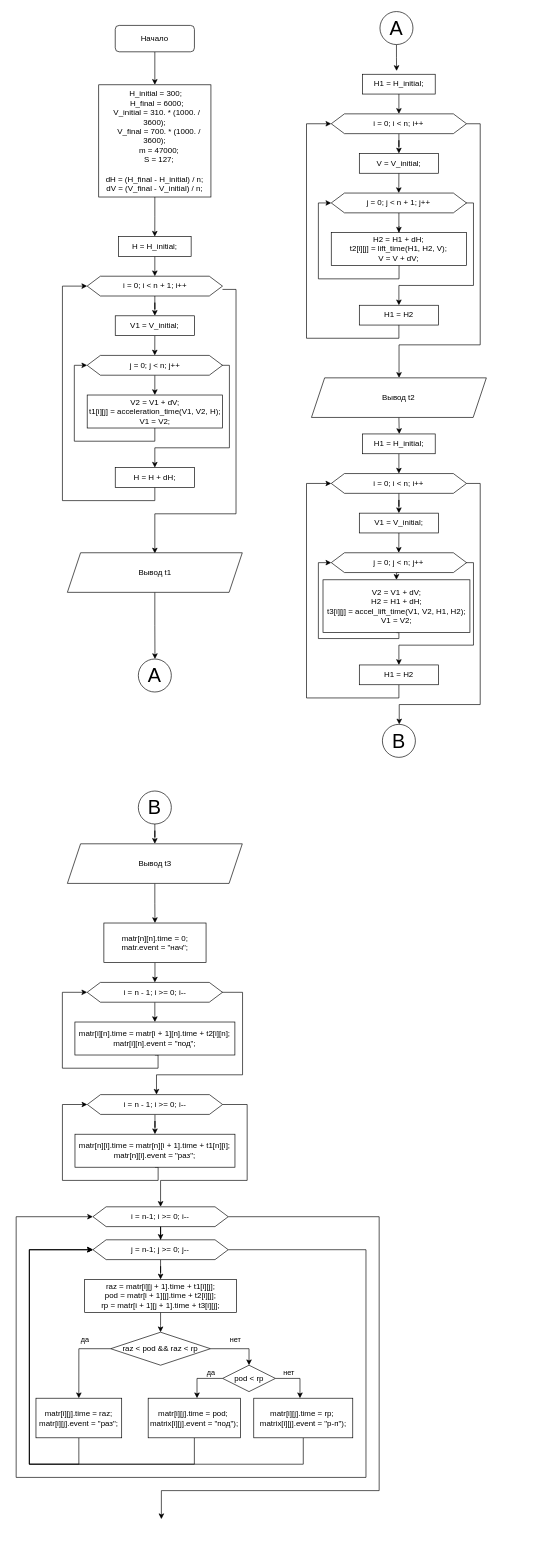
Above: Диаграмма без названия.drawio in nerses-a/Least_squares (draw.io), before the change. Source tidied: cells renumbered, new cells numbered last; positions are measured from the earlier drawing's top-left corner, leaving out a move shared by most shapes. Both pictures are drawn from the tidied source at 66%, with x=0, y=0 at pixel (16, 11).
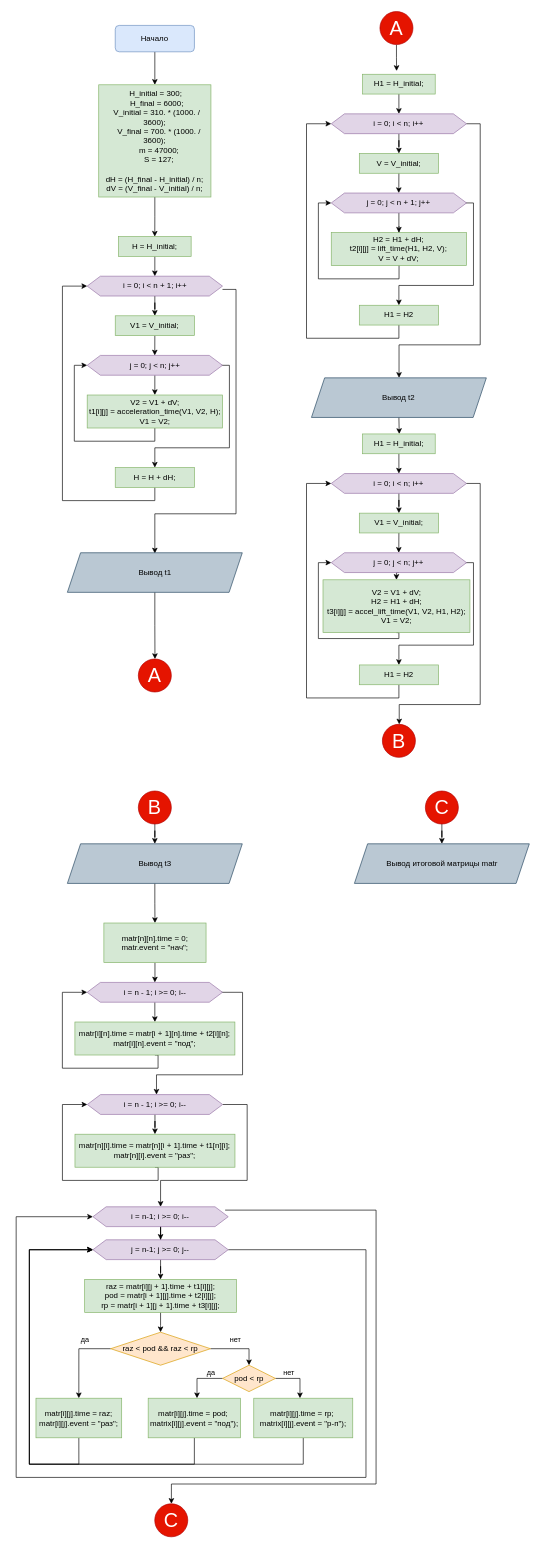
Above is the later version.

The edit, as a diff of the source:
```diff
@@
-    <mxCell id="3" value="Начало" style="rounded=1;whiteSpace=wrap;html=1;fontSize=12;glass=0;strokeWidth=1;shadow=0;" parent="1" vertex="1">
+    <mxCell id="3" value="Начало" style="rounded=1;whiteSpace=wrap;html=1;fontSize=12;glass=0;strokeWidth=1;shadow=0;fillColor=#dae8fc;strokeColor=#6c8ebf;" parent="1" vertex="1">
       <mxGeometry x="150.1" y="21" width="120" height="40" as="geometry" />
     </mxCell>
@@
-    <mxCell id="5" value="&lt;div&gt;&amp;nbsp;H_initial = 300;&lt;/div&gt;&lt;div&gt;&amp;nbsp; H_final = 6000;&lt;/div&gt;&lt;div&gt;&amp;nbsp; V_initial = 310. * (1000. / 3600);&lt;/div&gt;&lt;div&gt;&amp;nbsp; &amp;nbsp; V_final = 700. * (1000. / 3600);&lt;/div&gt;&lt;div&gt;&amp;nbsp; &amp;nbsp; m = 47000;&lt;/div&gt;&lt;div&gt;&amp;nbsp; &amp;nbsp; S = 127;&lt;/div&gt;&lt;div&gt;&lt;br&gt;&lt;/div&gt;&lt;div&gt;&lt;span style=&quot;background-color: initial;&quot;&gt;dH = (H_final - H_initial) / n;&lt;/span&gt;&lt;/div&gt;&lt;div&gt;&lt;span style=&quot;background-color: initial;&quot;&gt;dV = (V_final - V_initial) / n;&lt;/span&gt;&lt;/div&gt;" style="whiteSpace=wrap;html=1;" parent="1" vertex="1">
+    <mxCell id="5" value="&lt;div&gt;&amp;nbsp;H_initial = 300;&lt;/div&gt;&lt;div&gt;&amp;nbsp; H_final = 6000;&lt;/div&gt;&lt;div&gt;&amp;nbsp; V_initial = 310. * (1000. / 3600);&lt;/div&gt;&lt;div&gt;&amp;nbsp; &amp;nbsp; V_final = 700. * (1000. / 3600);&lt;/div&gt;&lt;div&gt;&amp;nbsp; &amp;nbsp; m = 47000;&lt;/div&gt;&lt;div&gt;&amp;nbsp; &amp;nbsp; S = 127;&lt;/div&gt;&lt;div&gt;&lt;br&gt;&lt;/div&gt;&lt;div&gt;&lt;span style=&quot;background-color: initial;&quot;&gt;dH = (H_final - H_initial) / n;&lt;/span&gt;&lt;/div&gt;&lt;div&gt;&lt;span style=&quot;background-color: initial;&quot;&gt;dV = (V_final - V_initial) / n;&lt;/span&gt;&lt;/div&gt;" style="whiteSpace=wrap;html=1;fillColor=#d5e8d4;strokeColor=#82b366;" parent="1" vertex="1">
       <mxGeometry x="125.1" y="111" width="170" height="170" as="geometry" />
     </mxCell>
@@
-    <mxCell id="7" value="H = H_initial;" style="rounded=0;whiteSpace=wrap;html=1;" parent="1" vertex="1">
+    <mxCell id="7" value="H = H_initial;" style="rounded=0;whiteSpace=wrap;html=1;fillColor=#d5e8d4;strokeColor=#82b366;" parent="1" vertex="1">
       <mxGeometry x="155.1" y="341" width="110" height="30" as="geometry" />
     </mxCell>
@@
-    <mxCell id="10" value="i = 0; i &amp;lt; n + 1; i++" style="shape=hexagon;perimeter=hexagonPerimeter2;whiteSpace=wrap;html=1;fixedSize=1;" parent="1" vertex="1">
+    <mxCell id="10" value="i = 0; i &amp;lt; n + 1; i++" style="shape=hexagon;perimeter=hexagonPerimeter2;whiteSpace=wrap;html=1;fixedSize=1;fillColor=#e1d5e7;strokeColor=#9673a6;" parent="1" vertex="1">
       <mxGeometry x="107.6" y="401" width="205" height="30" as="geometry" />
     </mxCell>
@@
-    <mxCell id="12" value="V1 = V_initial;" style="rounded=0;whiteSpace=wrap;html=1;" parent="1" vertex="1">
+    <mxCell id="12" value="V1 = V_initial;" style="rounded=0;whiteSpace=wrap;html=1;fillColor=#d5e8d4;strokeColor=#82b366;" parent="1" vertex="1">
       <mxGeometry x="150.1" y="461" width="120" height="30" as="geometry" />
     </mxCell>
@@
-    <mxCell id="15" value="j = 0; j &amp;lt; n; j++" style="shape=hexagon;perimeter=hexagonPerimeter2;whiteSpace=wrap;html=1;fixedSize=1;" parent="1" vertex="1">
+    <mxCell id="15" value="j = 0; j &amp;lt; n; j++" style="shape=hexagon;perimeter=hexagonPerimeter2;whiteSpace=wrap;html=1;fixedSize=1;fillColor=#e1d5e7;strokeColor=#9673a6;" parent="1" vertex="1">
       <mxGeometry x="107.6" y="521" width="205" height="30" as="geometry" />
     </mxCell>
@@
-    <mxCell id="17" value="&lt;div&gt;V2 = V1 + dV;&lt;/div&gt;&lt;div&gt;&lt;span style=&quot;background-color: initial;&quot;&gt;t1[i][j] = acceleration_time(V1, V2, H);&lt;/span&gt;&lt;/div&gt;&lt;div&gt;&lt;span style=&quot;background-color: initial;&quot;&gt;V1 = V2;&lt;/span&gt;&lt;/div&gt;" style="rounded=0;whiteSpace=wrap;html=1;" parent="1" vertex="1">
+    <mxCell id="17" value="&lt;div&gt;V2 = V1 + dV;&lt;/div&gt;&lt;div&gt;&lt;span style=&quot;background-color: initial;&quot;&gt;t1[i][j] = acceleration_time(V1, V2, H);&lt;/span&gt;&lt;/div&gt;&lt;div&gt;&lt;span style=&quot;background-color: initial;&quot;&gt;V1 = V2;&lt;/span&gt;&lt;/div&gt;" style="rounded=0;whiteSpace=wrap;html=1;fillColor=#d5e8d4;strokeColor=#82b366;" parent="1" vertex="1">
       <mxGeometry x="107.6" y="581" width="205" height="50" as="geometry" />
     </mxCell>
@@
-    <mxCell id="19" value="H = H + dH;" style="rounded=0;whiteSpace=wrap;html=1;" parent="1" vertex="1">
+    <mxCell id="19" value="H = H + dH;" style="rounded=0;whiteSpace=wrap;html=1;fillColor=#d5e8d4;strokeColor=#82b366;" parent="1" vertex="1">
       <mxGeometry x="150.1" y="691" width="120" height="30" as="geometry" />
     </mxCell>
@@
-    <mxCell id="21" value="Вывод t1" style="shape=parallelogram;perimeter=parallelogramPerimeter;whiteSpace=wrap;html=1;fixedSize=1;" parent="1" vertex="1">
+    <mxCell id="21" value="Вывод t1" style="shape=parallelogram;perimeter=parallelogramPerimeter;whiteSpace=wrap;html=1;fixedSize=1;fillColor=#bac8d3;strokeColor=#23445d;" parent="1" vertex="1">
       <mxGeometry x="77.6" y="820" width="265" height="60" as="geometry" />
     </mxCell>
@@
-    <mxCell id="23" value="&lt;font style=&quot;font-size: 30px;&quot;&gt;A&lt;/font&gt;" style="ellipse;whiteSpace=wrap;html=1;" parent="1" vertex="1">
+    <mxCell id="23" value="&lt;font style=&quot;font-size: 30px;&quot;&gt;A&lt;/font&gt;" style="ellipse;whiteSpace=wrap;html=1;fillColor=#e51400;fontColor=#ffffff;strokeColor=#B20000;" parent="1" vertex="1">
       <mxGeometry x="551.2" width="50" height="50" as="geometry" />
     </mxCell>
@@
-    <mxCell id="25" value="H1 = H_initial;" style="rounded=0;whiteSpace=wrap;html=1;" parent="1" vertex="1">
+    <mxCell id="25" value="H1 = H_initial;" style="rounded=0;whiteSpace=wrap;html=1;fillColor=#d5e8d4;strokeColor=#82b366;" parent="1" vertex="1">
       <mxGeometry x="524.9" y="95" width="110" height="30" as="geometry" />
     </mxCell>
@@
-    <mxCell id="27" value="i = 0; i &amp;lt; n; i++" style="shape=hexagon;perimeter=hexagonPerimeter2;whiteSpace=wrap;html=1;fixedSize=1;" parent="1" vertex="1">
+    <mxCell id="27" value="i = 0; i &amp;lt; n; i++" style="shape=hexagon;perimeter=hexagonPerimeter2;whiteSpace=wrap;html=1;fixedSize=1;fillColor=#e1d5e7;strokeColor=#9673a6;" parent="1" vertex="1">
       <mxGeometry x="477.4" y="155" width="205" height="30" as="geometry" />
     </mxCell>
@@
-    <mxCell id="29" value="V = V_initial;" style="rounded=0;whiteSpace=wrap;html=1;" parent="1" vertex="1">
+    <mxCell id="29" value="V = V_initial;" style="rounded=0;whiteSpace=wrap;html=1;fillColor=#d5e8d4;strokeColor=#82b366;" parent="1" vertex="1">
       <mxGeometry x="519.9" y="215" width="120" height="30" as="geometry" />
     </mxCell>
@@
-    <mxCell id="32" value="j = 0; j &amp;lt; n + 1; j++" style="shape=hexagon;perimeter=hexagonPerimeter2;whiteSpace=wrap;html=1;fixedSize=1;" parent="1" vertex="1">
+    <mxCell id="32" value="j = 0; j &amp;lt; n + 1; j++" style="shape=hexagon;perimeter=hexagonPerimeter2;whiteSpace=wrap;html=1;fixedSize=1;fillColor=#e1d5e7;strokeColor=#9673a6;" parent="1" vertex="1">
       <mxGeometry x="477.4" y="275" width="205" height="30" as="geometry" />
     </mxCell>
@@
-    <mxCell id="34" value="&lt;div&gt;H2 = H1 + dH;&lt;/div&gt;&lt;div&gt;&lt;span style=&quot;background-color: initial;&quot;&gt;t2[i][j] = lift_time(H1, H2, V);&lt;/span&gt;&lt;/div&gt;&lt;div&gt;&lt;span style=&quot;background-color: initial;&quot;&gt;V = V + dV;&lt;/span&gt;&lt;/div&gt;" style="rounded=0;whiteSpace=wrap;html=1;" parent="1" vertex="1">
+    <mxCell id="34" value="&lt;div&gt;H2 = H1 + dH;&lt;/div&gt;&lt;div&gt;&lt;span style=&quot;background-color: initial;&quot;&gt;t2[i][j] = lift_time(H1, H2, V);&lt;/span&gt;&lt;/div&gt;&lt;div&gt;&lt;span style=&quot;background-color: initial;&quot;&gt;V = V + dV;&lt;/span&gt;&lt;/div&gt;" style="rounded=0;whiteSpace=wrap;html=1;fillColor=#d5e8d4;strokeColor=#82b366;" parent="1" vertex="1">
       <mxGeometry x="477.4" y="335" width="205" height="50" as="geometry" />
     </mxCell>
@@
-    <mxCell id="36" value="H1 = H2" style="rounded=0;whiteSpace=wrap;html=1;" parent="1" vertex="1">
+    <mxCell id="36" value="H1 = H2" style="rounded=0;whiteSpace=wrap;html=1;fillColor=#d5e8d4;strokeColor=#82b366;" parent="1" vertex="1">
       <mxGeometry x="519.9" y="445" width="120" height="30" as="geometry" />
     </mxCell>
@@
-    <mxCell id="39" value="Вывод t2" style="shape=parallelogram;perimeter=parallelogramPerimeter;whiteSpace=wrap;html=1;fixedSize=1;" parent="1" vertex="1">
+    <mxCell id="39" value="Вывод t2" style="shape=parallelogram;perimeter=parallelogramPerimeter;whiteSpace=wrap;html=1;fixedSize=1;fillColor=#bac8d3;strokeColor=#23445d;" parent="1" vertex="1">
       <mxGeometry x="447.4" y="555" width="265" height="60" as="geometry" />
     </mxCell>
@@
-    <mxCell id="41" value="H1 = H_initial;" style="rounded=0;whiteSpace=wrap;html=1;" parent="1" vertex="1">
+    <mxCell id="41" value="H1 = H_initial;" style="rounded=0;whiteSpace=wrap;html=1;fillColor=#d5e8d4;strokeColor=#82b366;" parent="1" vertex="1">
       <mxGeometry x="524.9" y="640" width="110" height="30" as="geometry" />
     </mxCell>
@@
-    <mxCell id="43" value="i = 0; i &amp;lt; n; i++" style="shape=hexagon;perimeter=hexagonPerimeter2;whiteSpace=wrap;html=1;fixedSize=1;" parent="1" vertex="1">
+    <mxCell id="43" value="i = 0; i &amp;lt; n; i++" style="shape=hexagon;perimeter=hexagonPerimeter2;whiteSpace=wrap;html=1;fixedSize=1;fillColor=#e1d5e7;strokeColor=#9673a6;" parent="1" vertex="1">
       <mxGeometry x="477.4" y="700" width="205" height="30" as="geometry" />
     </mxCell>
@@
-    <mxCell id="45" value="V1 = V_initial;" style="rounded=0;whiteSpace=wrap;html=1;" parent="1" vertex="1">
+    <mxCell id="45" value="V1 = V_initial;" style="rounded=0;whiteSpace=wrap;html=1;fillColor=#d5e8d4;strokeColor=#82b366;" parent="1" vertex="1">
       <mxGeometry x="519.9" y="760" width="120" height="30" as="geometry" />
     </mxCell>
@@
-    <mxCell id="48" value="j = 0; j &amp;lt; n; j++" style="shape=hexagon;perimeter=hexagonPerimeter2;whiteSpace=wrap;html=1;fixedSize=1;" parent="1" vertex="1">
+    <mxCell id="48" value="j = 0; j &amp;lt; n; j++" style="shape=hexagon;perimeter=hexagonPerimeter2;whiteSpace=wrap;html=1;fixedSize=1;fillColor=#e1d5e7;strokeColor=#9673a6;" parent="1" vertex="1">
       <mxGeometry x="477.4" y="820" width="205" height="30" as="geometry" />
     </mxCell>
@@
-    <mxCell id="50" value="&lt;div&gt;V2 = V1 + dV;&lt;/div&gt;&lt;div&gt;&lt;span style=&quot;background-color: initial;&quot;&gt;H2 = H1 + dH;&lt;/span&gt;&lt;/div&gt;&lt;div&gt;&lt;span style=&quot;background-color: initial;&quot;&gt;t3[i][j] = accel_lift_time(V1, V2, H1, H2);&lt;/span&gt;&lt;/div&gt;&lt;div&gt;&lt;span style=&quot;background-color: initial;&quot;&gt;V1 = V2;&lt;/span&gt;&lt;/div&gt;" style="rounded=0;whiteSpace=wrap;html=1;" parent="1" vertex="1">
+    <mxCell id="50" value="&lt;div&gt;V2 = V1 + dV;&lt;/div&gt;&lt;div&gt;&lt;span style=&quot;background-color: initial;&quot;&gt;H2 = H1 + dH;&lt;/span&gt;&lt;/div&gt;&lt;div&gt;&lt;span style=&quot;background-color: initial;&quot;&gt;t3[i][j] = accel_lift_time(V1, V2, H1, H2);&lt;/span&gt;&lt;/div&gt;&lt;div&gt;&lt;span style=&quot;background-color: initial;&quot;&gt;V1 = V2;&lt;/span&gt;&lt;/div&gt;" style="rounded=0;whiteSpace=wrap;html=1;fillColor=#d5e8d4;strokeColor=#82b366;" parent="1" vertex="1">
       <mxGeometry x="464.9" y="861" width="222.6" height="80" as="geometry" />
     </mxCell>
@@
-    <mxCell id="52" value="H1 = H2" style="rounded=0;whiteSpace=wrap;html=1;" parent="1" vertex="1">
+    <mxCell id="52" value="H1 = H2" style="rounded=0;whiteSpace=wrap;html=1;fillColor=#d5e8d4;strokeColor=#82b366;" parent="1" vertex="1">
       <mxGeometry x="519.9" y="990" width="120" height="30" as="geometry" />
     </mxCell>
@@
-    <mxCell id="55" value="Вывод t3" style="shape=parallelogram;perimeter=parallelogramPerimeter;whiteSpace=wrap;html=1;fixedSize=1;" parent="1" vertex="1">
+    <mxCell id="55" value="Вывод t3" style="shape=parallelogram;perimeter=parallelogramPerimeter;whiteSpace=wrap;html=1;fixedSize=1;fillColor=#bac8d3;strokeColor=#23445d;" parent="1" vertex="1">
       <mxGeometry x="77.6" y="1261" width="265" height="60" as="geometry" />
     </mxCell>
-    <mxCell id="56" value="&lt;span style=&quot;font-size: 30px;&quot;&gt;B&lt;br&gt;&lt;/span&gt;" style="ellipse;whiteSpace=wrap;html=1;" parent="1" vertex="1">
+    <mxCell id="56" value="&lt;span style=&quot;font-size: 30px;&quot;&gt;B&lt;br&gt;&lt;/span&gt;" style="ellipse;whiteSpace=wrap;html=1;fillColor=#e51400;fontColor=#ffffff;strokeColor=#B20000;" parent="1" vertex="1">
       <mxGeometry x="554.9" y="1080" width="50" height="50" as="geometry" />
     </mxCell>
-    <mxCell id="57" value="&lt;font style=&quot;font-size: 30px;&quot;&gt;A&lt;/font&gt;" style="ellipse;whiteSpace=wrap;html=1;" parent="1" vertex="1">
+    <mxCell id="57" value="&lt;font style=&quot;font-size: 30px;&quot;&gt;A&lt;/font&gt;" style="ellipse;whiteSpace=wrap;html=1;fillColor=#e51400;strokeColor=#B20000;fontColor=#ffffff;" parent="1" vertex="1">
       <mxGeometry x="185.1" y="981" width="50" height="50" as="geometry" />
     </mxCell>
@@
-    <mxCell id="59" value="&lt;span style=&quot;font-size: 30px;&quot;&gt;B&lt;br&gt;&lt;/span&gt;" style="ellipse;whiteSpace=wrap;html=1;" parent="1" vertex="1">
+    <mxCell id="59" value="&lt;span style=&quot;font-size: 30px;&quot;&gt;B&lt;br&gt;&lt;/span&gt;" style="ellipse;whiteSpace=wrap;html=1;fillColor=#e51400;fontColor=#ffffff;strokeColor=#B20000;" parent="1" vertex="1">
       <mxGeometry x="185.1" y="1181" width="50" height="50" as="geometry" />
     </mxCell>
@@
-    <mxCell id="61" value="&lt;div&gt;matr[n][n].time = 0;&lt;/div&gt;&lt;div&gt;&lt;span style=&quot;background-color: initial;&quot;&gt;matr.event = &quot;нач&quot;;&lt;/span&gt;&lt;/div&gt;" style="rounded=0;whiteSpace=wrap;html=1;" parent="1" vertex="1">
+    <mxCell id="61" value="&lt;div&gt;matr[n][n].time = 0;&lt;/div&gt;&lt;div&gt;&lt;span style=&quot;background-color: initial;&quot;&gt;matr.event = &quot;нач&quot;;&lt;/span&gt;&lt;/div&gt;" style="rounded=0;whiteSpace=wrap;html=1;fillColor=#d5e8d4;strokeColor=#82b366;" parent="1" vertex="1">
       <mxGeometry x="132.9" y="1381" width="154.8" height="60" as="geometry" />
     </mxCell>
@@
-    <mxCell id="64" value="i = n - 1; i &amp;gt;= 0; i--" style="shape=hexagon;perimeter=hexagonPerimeter2;whiteSpace=wrap;html=1;fixedSize=1;" parent="1" vertex="1">
+    <mxCell id="64" value="i = n - 1; i &amp;gt;= 0; i--" style="shape=hexagon;perimeter=hexagonPerimeter2;whiteSpace=wrap;html=1;fixedSize=1;fillColor=#e1d5e7;strokeColor=#9673a6;" parent="1" vertex="1">
       <mxGeometry x="107.6" y="1471" width="205" height="30" as="geometry" />
     </mxCell>
@@
-    <mxCell id="66" value="&lt;div&gt;matr[i][n].time = matr[i + 1][n].time + t2[i][n];&lt;/div&gt;&lt;div&gt;&lt;span style=&quot;background-color: initial;&quot;&gt;matr[i][n].event = &quot;под&quot;;&lt;/span&gt;&lt;/div&gt;" style="rounded=0;whiteSpace=wrap;html=1;" parent="1" vertex="1">
+    <mxCell id="66" value="&lt;div&gt;matr[i][n].time = matr[i + 1][n].time + t2[i][n];&lt;/div&gt;&lt;div&gt;&lt;span style=&quot;background-color: initial;&quot;&gt;matr[i][n].event = &quot;под&quot;;&lt;/span&gt;&lt;/div&gt;" style="rounded=0;whiteSpace=wrap;html=1;fillColor=#d5e8d4;strokeColor=#82b366;" parent="1" vertex="1">
       <mxGeometry x="89" y="1531" width="242.4" height="50" as="geometry" />
     </mxCell>
@@
-    <mxCell id="69" value="i = n - 1; i &amp;gt;= 0; i--" style="shape=hexagon;perimeter=hexagonPerimeter2;whiteSpace=wrap;html=1;fixedSize=1;" parent="1" vertex="1">
+    <mxCell id="69" value="i = n - 1; i &amp;gt;= 0; i--" style="shape=hexagon;perimeter=hexagonPerimeter2;whiteSpace=wrap;html=1;fixedSize=1;fillColor=#e1d5e7;strokeColor=#9673a6;" parent="1" vertex="1">
       <mxGeometry x="107.8" y="1641" width="205" height="30" as="geometry" />
     </mxCell>
@@
-    <mxCell id="71" value="&lt;div&gt;matr[n][i].time = matr[n][i + 1].time + t1[n][i];&lt;/div&gt;&lt;div&gt;&lt;span style=&quot;background-color: initial;&quot;&gt;matr[n][i].event = &quot;раз&quot;;&lt;/span&gt;&lt;/div&gt;" style="rounded=0;whiteSpace=wrap;html=1;" parent="1" vertex="1">
+    <mxCell id="71" value="&lt;div&gt;matr[n][i].time = matr[n][i + 1].time + t1[n][i];&lt;/div&gt;&lt;div&gt;&lt;span style=&quot;background-color: initial;&quot;&gt;matr[n][i].event = &quot;раз&quot;;&lt;/span&gt;&lt;/div&gt;" style="rounded=0;whiteSpace=wrap;html=1;fillColor=#d5e8d4;strokeColor=#82b366;" parent="1" vertex="1">
       <mxGeometry x="89.1" y="1701" width="242.4" height="50" as="geometry" />
     </mxCell>
@@
-    <mxCell id="73" style="edgeStyle=orthogonalEdgeStyle;rounded=0;jettySize=auto;html=1;exitX=1;exitY=0.5;exitDx=0;exitDy=0;" parent="1" edge="1" source="74">
+    <mxCell id="73" style="edgeStyle=orthogonalEdgeStyle;rounded=0;orthogonalLoop=1;jettySize=auto;html=1;exitX=1;exitY=0.5;exitDx=0;exitDy=0;" parent="1" edge="1">
       <mxGeometry relative="1" as="geometry">
-        <mxPoint x="220" y="2284.2" as="targetPoint" />
+        <mxPoint x="316.6" y="1816" as="sourcePoint" />
+        <mxPoint x="235.2" y="2261" as="targetPoint" />
         <Array as="points">
-          <mxPoint x="550" y="1826" />
-          <mxPoint x="550" y="2241" />
-          <mxPoint x="220" y="2241" />
+          <mxPoint x="545.3" y="1816" />
+          <mxPoint x="545.3" y="2231" />
+          <mxPoint x="235.3" y="2231" />
         </Array>
       </mxGeometry>
     </mxCell>
-    <mxCell id="74" value="i = n-1; i &amp;gt;= 0; i--" style="shape=hexagon;perimeter=hexagonPerimeter2;whiteSpace=wrap;html=1;fixedSize=1;" parent="1" vertex="1">
+    <mxCell id="74" value="i = n-1; i &amp;gt;= 0; i--" style="shape=hexagon;perimeter=hexagonPerimeter2;whiteSpace=wrap;html=1;fixedSize=1;fillColor=#e1d5e7;strokeColor=#9673a6;" parent="1" vertex="1">
       <mxGeometry x="116.3" y="1811" width="205" height="30" as="geometry" />
     </mxCell>
@@
-    <mxCell id="77" value="j = n-1; j &amp;gt;= 0; j--" style="shape=hexagon;perimeter=hexagonPerimeter2;whiteSpace=wrap;html=1;fixedSize=1;" parent="1" vertex="1">
+    <mxCell id="77" value="j = n-1; j &amp;gt;= 0; j--" style="shape=hexagon;perimeter=hexagonPerimeter2;whiteSpace=wrap;html=1;fixedSize=1;fillColor=#e1d5e7;strokeColor=#9673a6;" parent="1" vertex="1">
       <mxGeometry x="116.3" y="1861" width="205" height="30" as="geometry" />
     </mxCell>
@@
-    <mxCell id="79" value="&lt;div&gt;raz = matr[i][j + 1].time + t1[i][j];&lt;/div&gt;&lt;div&gt;&lt;span style=&quot;background-color: initial;&quot;&gt;pod = matr[i + 1][j].time + t2[i][j];&lt;/span&gt;&lt;/div&gt;&lt;div&gt;&lt;span style=&quot;background-color: initial;&quot;&gt;rp = matr[i + 1][j + 1].time + t3[i][j];&lt;/span&gt;&lt;/div&gt;" style="rounded=0;whiteSpace=wrap;html=1;" parent="1" vertex="1">
+    <mxCell id="79" value="&lt;div&gt;raz = matr[i][j + 1].time + t1[i][j];&lt;/div&gt;&lt;div&gt;&lt;span style=&quot;background-color: initial;&quot;&gt;pod = matr[i + 1][j].time + t2[i][j];&lt;/span&gt;&lt;/div&gt;&lt;div&gt;&lt;span style=&quot;background-color: initial;&quot;&gt;rp = matr[i + 1][j + 1].time + t3[i][j];&lt;/span&gt;&lt;/div&gt;" style="rounded=0;whiteSpace=wrap;html=1;fillColor=#d5e8d4;strokeColor=#82b366;" parent="1" vertex="1">
       <mxGeometry x="103.8" y="1921" width="230" height="50" as="geometry" />
     </mxCell>
@@
-    <mxCell id="84" value="raz &amp;lt; pod &amp;amp;&amp;amp; raz &amp;lt; rp" style="rhombus;whiteSpace=wrap;html=1;" parent="1" vertex="1">
+    <mxCell id="84" value="raz &amp;lt; pod &amp;amp;&amp;amp; raz &amp;lt; rp" style="rhombus;whiteSpace=wrap;html=1;fillColor=#ffe6cc;strokeColor=#d79b00;" parent="1" vertex="1">
       <mxGeometry x="143.2" y="2001" width="151.2" height="50" as="geometry" />
     </mxCell>
@@
-    <mxCell id="86" value="&lt;div&gt;matr[i][j].time = raz;&lt;/div&gt;&lt;div&gt;&lt;span style=&quot;background-color: initial;&quot;&gt;matr[i][j].event = &quot;раз&quot;;&lt;/span&gt;&lt;/div&gt;" style="rounded=0;whiteSpace=wrap;html=1;" parent="1" vertex="1">
+    <mxCell id="86" value="&lt;div&gt;matr[i][j].time = raz;&lt;/div&gt;&lt;div&gt;&lt;span style=&quot;background-color: initial;&quot;&gt;matr[i][j].event = &quot;раз&quot;;&lt;/span&gt;&lt;/div&gt;" style="rounded=0;whiteSpace=wrap;html=1;fillColor=#d5e8d4;strokeColor=#82b366;" parent="1" vertex="1">
       <mxGeometry x="30" y="2101" width="129.9" height="60" as="geometry" />
     </mxCell>
@@
-    <mxCell id="91" value="pod &amp;lt; rp" style="rhombus;whiteSpace=wrap;html=1;" parent="1" vertex="1">
+    <mxCell id="91" value="pod &amp;lt; rp" style="rhombus;whiteSpace=wrap;html=1;fillColor=#ffe6cc;strokeColor=#d79b00;" parent="1" vertex="1">
       <mxGeometry x="312.8" y="2051" width="80" height="40" as="geometry" />
     </mxCell>
@@
-    <mxCell id="93" value="&lt;div&gt;matr[i][j].time = pod;&lt;span style=&quot;background-color: initial;&quot;&gt;&amp;nbsp;&lt;/span&gt;&lt;/div&gt;&lt;div&gt;&lt;span style=&quot;background-color: initial;&quot;&gt;matrix[i][j].event = &quot;под&quot;);&lt;/span&gt;&lt;/div&gt;" style="rounded=0;whiteSpace=wrap;html=1;" parent="1" vertex="1">
+    <mxCell id="93" value="&lt;div&gt;matr[i][j].time = pod;&lt;span style=&quot;background-color: initial;&quot;&gt;&amp;nbsp;&lt;/span&gt;&lt;/div&gt;&lt;div&gt;&lt;span style=&quot;background-color: initial;&quot;&gt;matrix[i][j].event = &quot;под&quot;);&lt;/span&gt;&lt;/div&gt;" style="rounded=0;whiteSpace=wrap;html=1;fillColor=#d5e8d4;strokeColor=#82b366;" parent="1" vertex="1">
       <mxGeometry x="200" y="2101" width="140" height="60" as="geometry" />
     </mxCell>
@@
-    <mxCell id="95" value="&lt;div style=&quot;border-color: var(--border-color);&quot;&gt;matr[i][j].time = rp;&amp;nbsp;&lt;/div&gt;&lt;div style=&quot;border-color: var(--border-color);&quot;&gt;&lt;span style=&quot;border-color: var(--border-color); background-color: initial;&quot;&gt;matrix[i][j].event = &quot;р-п&quot;);&lt;/span&gt;&lt;/div&gt;" style="rounded=0;whiteSpace=wrap;html=1;" parent="1" vertex="1">
+    <mxCell id="95" value="&lt;div style=&quot;border-color: var(--border-color);&quot;&gt;matr[i][j].time = rp;&amp;nbsp;&lt;/div&gt;&lt;div style=&quot;border-color: var(--border-color);&quot;&gt;&lt;span style=&quot;border-color: var(--border-color); background-color: initial;&quot;&gt;matrix[i][j].event = &quot;р-п&quot;);&lt;/span&gt;&lt;/div&gt;" style="rounded=0;whiteSpace=wrap;html=1;fillColor=#d5e8d4;strokeColor=#82b366;" parent="1" vertex="1">
       <mxGeometry x="360" y="2101" width="150" height="60" as="geometry" />
     </mxCell>
+    <mxCell id="96" value="&lt;font style=&quot;font-size: 30px;&quot;&gt;С&lt;br&gt;&lt;/font&gt;" style="ellipse;whiteSpace=wrap;html=1;fillColor=#e51400;fontColor=#ffffff;strokeColor=#B20000;" parent="1" vertex="1">
+      <mxGeometry x="210" y="2261" width="50" height="50" as="geometry" />
+    </mxCell>
+    <mxCell id="97" style="edgeStyle=orthogonalEdgeStyle;rounded=0;jettySize=auto;html=1;" parent="1" edge="1" source="98" target="99">
+      <mxGeometry relative="1" as="geometry" />
+    </mxCell>
+    <mxCell id="98" value="&lt;font style=&quot;font-size: 30px;&quot;&gt;С&lt;br&gt;&lt;/font&gt;" style="ellipse;whiteSpace=wrap;html=1;fillColor=#e51400;fontColor=#ffffff;strokeColor=#B20000;" parent="1" vertex="1">
+      <mxGeometry x="620" y="1181" width="50" height="50" as="geometry" />
+    </mxCell>
+    <mxCell id="99" value="Вывод итоговой матрицы matr" style="shape=parallelogram;perimeter=parallelogramPerimeter;whiteSpace=wrap;html=1;fixedSize=1;fillColor=#bac8d3;strokeColor=#23445d;" parent="1" vertex="1">
+      <mxGeometry x="512.5" y="1261" width="265" height="60" as="geometry" />
+    </mxCell>
```
